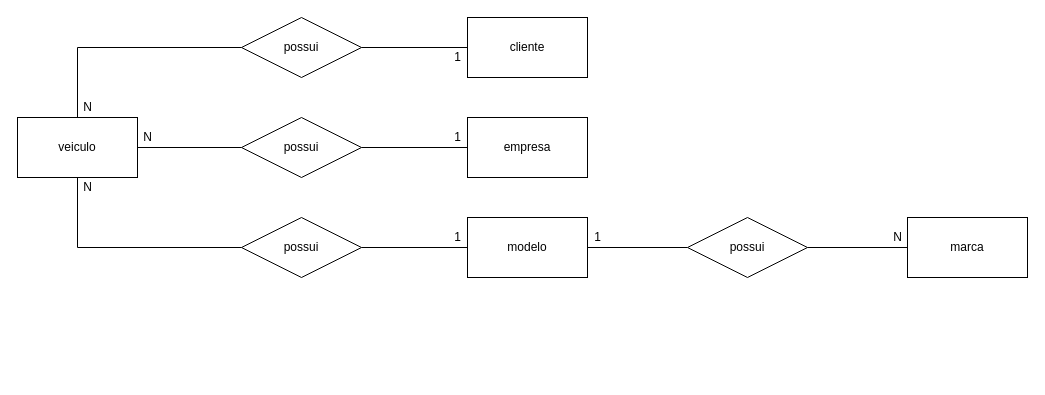
Before: page "conceitual" (1 of 2) of Sprint 1/Exercícios/1.2-exercicio-locadora/1.2-exercicio-locadora.drawio in Marcaum04/2021-2S-2-DM, a draw.io diagram. Source tidied: cells renumbered, new cells numbered last; positions are measured from the earlier drawing's top-left corner, leaving out a move shared by most shapes. Both pictures are drawn from the tidied source at 100%, with x=0, y=0 at pixel (17, 17).
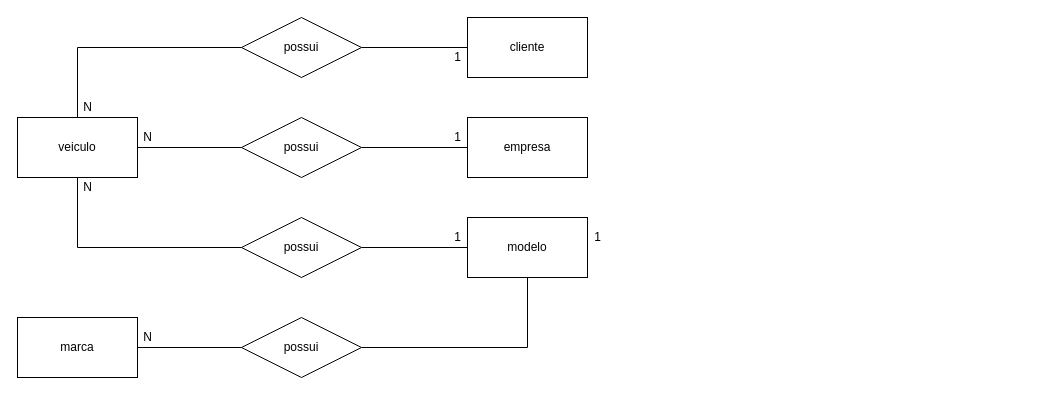
The same page after the edit.

Unchanged cells that the change refers to:
```xml
<mxCell id="14" value="modelo" style="rounded=0;whiteSpace=wrap;html=1;" parent="1" vertex="1">
  <mxGeometry x="450" y="200" width="120" height="60" as="geometry" />
</mxCell>
```

The edit, as a diff of the source:
```diff
@@
-    <mxCell id="13" style="edgeStyle=orthogonalEdgeStyle;rounded=0;jettySize=auto;html=1;entryX=0;entryY=0.5;entryDx=0;entryDy=0;endArrow=none;endFill=0;" parent="1" edge="1" source="14" target="17">
-      <mxGeometry relative="1" as="geometry" />
-    </mxCell>
@@
+    <mxCell id="27" style="edgeStyle=orthogonalEdgeStyle;rounded=0;jettySize=auto;html=1;entryX=0;entryY=0.5;entryDx=0;entryDy=0;endArrow=none;endFill=0;" parent="1" edge="1" source="15" target="17">
+      <mxGeometry relative="1" as="geometry" />
+    </mxCell>
     <mxCell id="15" value="marca" style="rounded=0;whiteSpace=wrap;html=1;" parent="1" vertex="1">
-      <mxGeometry x="890" y="200" width="120" height="60" as="geometry" />
+      <mxGeometry y="300" width="120" height="60" as="geometry" />
     </mxCell>
-    <mxCell id="16" style="edgeStyle=orthogonalEdgeStyle;rounded=0;jettySize=auto;html=1;entryX=0;entryY=0.5;entryDx=0;entryDy=0;endArrow=none;endFill=0;" parent="1" edge="1" source="17" target="15">
-      <mxGeometry relative="1" as="geometry" />
-    </mxCell>
+    <mxCell id="28" style="edgeStyle=orthogonalEdgeStyle;rounded=0;jettySize=auto;html=1;entryX=0.5;entryY=1;entryDx=0;entryDy=0;endArrow=none;endFill=0;" parent="1" edge="1" source="17" target="14">
+      <mxGeometry relative="1" as="geometry" />
+    </mxCell>
     <mxCell id="17" value="possui" style="shape=rhombus;perimeter=rhombusPerimeter;whiteSpace=wrap;html=1;align=center;" parent="1" vertex="1">
-      <mxGeometry x="670" y="200" width="120" height="60" as="geometry" />
+      <mxGeometry x="224" y="300" width="120" height="60" as="geometry" />
     </mxCell>
@@
     <mxCell id="19" value="N" style="text;html=1;align=center;verticalAlign=middle;strokeColor=none;" parent="1" vertex="1">
-      <mxGeometry x="870" y="210" width="20" height="20" as="geometry" />
+      <mxGeometry x="120" y="310" width="20" height="20" as="geometry" />
     </mxCell>
```
